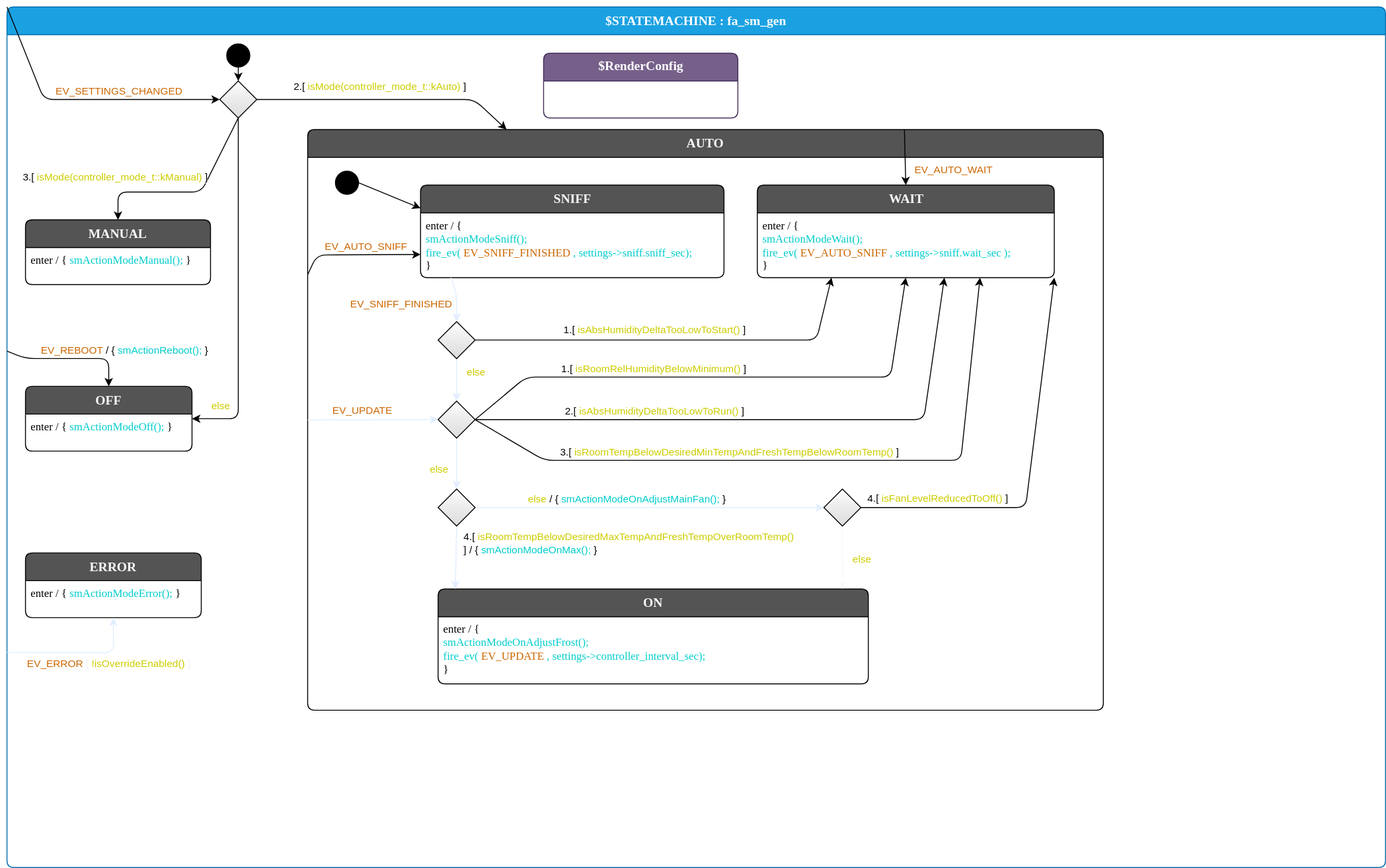
The draw.io diagram lib/fa/src/fa_sm.drawio.svg in snst/frankair, before a commit. Source tidied: cells renumbered, new cells last; positions are measured from the earlier drawing's top-left corner, leaving out a move shared by most shapes.
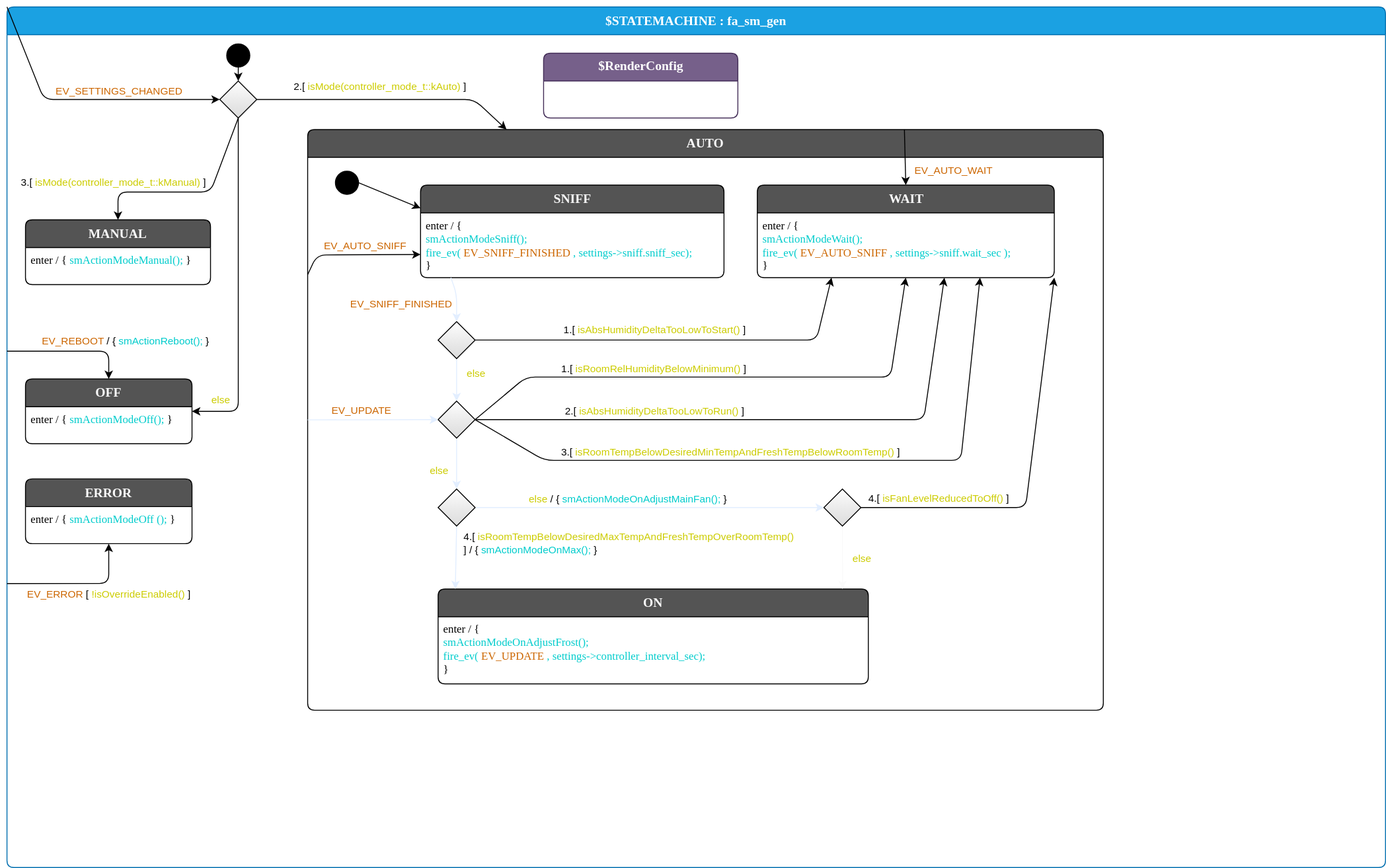
After the commit.

What changed in the source:
```diff
@@ -26,7 +26,7 @@
     <mxCell id="7" style="edgeStyle=none;html=1;entryX=1;entryY=0.5;entryDx=0;entryDy=0;exitX=0.5;exitY=1;exitDx=0;exitDy=0;" parent="2" edge="1" source="63" target="53">
       <mxGeometry relative="1" as="geometry">
         <Array as="points">
-          <mxPoint x="250" y="445" />
+          <mxPoint x="250" y="437" />
         </Array>
       </mxGeometry>
     </mxCell>
@@ -226,16 +226,16 @@
       <mxGeometry x="580" y="50" width="210" height="70" as="geometry" />
     </mxCell>
     <mxCell id="53" value="OFF" style="shape=swimlane;align=center;verticalAlign=top;fontFamily=Lucida Console;startSize=30;fontSize=14;fontStyle=1;fontColor=#FAFAFA;fillColor=#545454;swimlaneFillColor=default;rounded=1;arcSize=15;absoluteArcSize=1;" parent="2" vertex="1">
-      <mxGeometry x="20" y="410" width="180" height="70" as="geometry" />
+      <mxGeometry x="20" y="402" width="180" height="70" as="geometry" />
     </mxCell>
     <mxCell id="54" value="enter / { &lt;font color=&quot;#00cccc&quot;&gt;smActionModeOff();&amp;nbsp;&lt;/font&gt;}" style="fontFamily=Lucida Console;align=left;verticalAlign=top;fillColor=none;gradientColor=none;strokeColor=none;rounded=0;spacingLeft=4;html=1;" parent="53" vertex="1">
       <mxGeometry y="30" width="180" height="30" as="geometry" />
     </mxCell>
     <mxCell id="55" value="ERROR" style="shape=swimlane;align=center;verticalAlign=top;fontFamily=Lucida Console;startSize=30;fontSize=14;fontStyle=1;fontColor=#FAFAFA;fillColor=#545454;swimlaneFillColor=default;rounded=1;arcSize=15;absoluteArcSize=1;" parent="2" vertex="1">
-      <mxGeometry x="20" y="590" width="190" height="70" as="geometry" />
+      <mxGeometry x="20" y="510" width="180" height="70" as="geometry" />
     </mxCell>
-    <mxCell id="56" value="enter / { &lt;font color=&quot;#00cccc&quot;&gt;smActionModeError();&amp;nbsp;&lt;/font&gt;}" style="fontFamily=Lucida Console;align=left;verticalAlign=top;fillColor=none;gradientColor=none;strokeColor=none;rounded=0;spacingLeft=4;html=1;" parent="55" vertex="1">
-      <mxGeometry y="30" width="190" height="30" as="geometry" />
+    <mxCell id="56" value="enter / {&amp;nbsp;&lt;span style=&quot;color: rgb(0, 204, 204);&quot;&gt;smActionModeOff&lt;/span&gt;&lt;font color=&quot;#00cccc&quot;&gt;();&amp;nbsp;&lt;/font&gt;}" style="fontFamily=Lucida Console;align=left;verticalAlign=top;fillColor=none;gradientColor=none;strokeColor=none;rounded=0;spacingLeft=4;html=1;" parent="55" vertex="1">
+      <mxGeometry y="30" width="180" height="30" as="geometry" />
     </mxCell>
     <mxCell id="57" style="edgeStyle=none;html=1;exitX=0;exitY=0;exitDx=0;exitDy=0;entryX=0;entryY=0.5;entryDx=0;entryDy=0;exitPerimeter=0;" parent="2" edge="1" source="2" target="63">
       <mxGeometry relative="1" as="geometry">
@@ -258,14 +258,14 @@
     <mxCell id="61" style="edgeStyle=none;html=1;entryX=0.5;entryY=0;entryDx=0;entryDy=0;exitX=0.5;exitY=1;exitDx=0;exitDy=0;" parent="2" edge="1" source="63" target="59">
       <mxGeometry relative="1" as="geometry">
         <Array as="points">
-          <mxPoint x="210" y="200" />
+          <mxPoint x="220" y="200" />
           <mxPoint x="120" y="200" />
         </Array>
       </mxGeometry>
     </mxCell>
     <mxCell id="62" value="3.[&amp;nbsp;&lt;font color=&quot;#cccc00&quot;&gt;isMode(controller_mode_t::kManual)&lt;/font&gt; ]" style="edgeLabel;html=1;align=center;verticalAlign=middle;" parent="61" vertex="1">
       <mxGeometry x="0.19" y="-2" relative="1" as="geometry">
-        <mxPoint x="-58" y="-15" as="offset" />
+        <mxPoint x="-63" y="-9" as="offset" />
       </mxGeometry>
     </mxCell>
     <mxCell id="63" value="$choice" style="fontFamily=Lucida Console;align=center;verticalAlign=middle;shape=rhombus;labelPosition=center;verticalLabelPosition=top;strokeWidth=1;fillColor=#FFFFFF;gradientColor=#d4d4d4cc;noLabel=1;" parent="2" vertex="1">
@@ -274,27 +274,26 @@
     <mxCell id="64" style="edgeStyle=none;html=1;exitX=0;exitY=0.4;exitDx=0;exitDy=0;exitPerimeter=0;entryX=0.5;entryY=0;entryDx=0;entryDy=0;" parent="2" edge="1" source="2" target="53">
       <mxGeometry relative="1" as="geometry">
         <Array as="points">
-          <mxPoint x="20" y="380" />
-          <mxPoint x="110" y="380" />
+          <mxPoint x="110" y="372" />
         </Array>
       </mxGeometry>
     </mxCell>
     <mxCell id="65" value="&lt;font color=&quot;#cc6600&quot;&gt;EV_REBOOT&lt;/font&gt; / { &lt;font color=&quot;#00cccc&quot;&gt;smActionReboot();&lt;/font&gt; }" style="edgeLabel;html=1;align=center;verticalAlign=middle;" parent="64" vertex="1">
       <mxGeometry x="0.13" relative="1" as="geometry">
-        <mxPoint x="48" y="-10" as="offset" />
+        <mxPoint x="48" y="-12" as="offset" />
       </mxGeometry>
     </mxCell>
-    <mxCell id="66" style="edgeStyle=none;html=1;exitX=0;exitY=0.75;exitDx=0;exitDy=0;exitPerimeter=0;entryX=0.5;entryY=1;entryDx=0;entryDy=0;strokeColor=#E2EEFF;fontColor=#CCCC00;" parent="2" edge="1" source="2" target="55">
-      <mxGeometry relative="1" as="geometry">
-        <Array as="points">
-          <mxPoint x="115" y="698" />
-        </Array>
-      </mxGeometry>
-    </mxCell>
-    <mxCell id="67" value="&lt;font color=&quot;#cc6600&quot;&gt;EV_ERROR&lt;/font&gt;&lt;span style=&quot;color: rgb(240, 240, 240);&quot;&gt;&amp;nbsp;[&amp;nbsp;&lt;/span&gt;&lt;font color=&quot;#cccc00&quot;&gt;!isOverrideEnabled()&amp;nbsp;&lt;/font&gt;&lt;span style=&quot;color: rgb(240, 240, 240);&quot;&gt;]&lt;/span&gt;" style="edgeLabel;html=1;align=center;verticalAlign=middle;fontColor=#CCCC00;" parent="66" vertex="1">
-      <mxGeometry x="0.22" y="1" relative="1" as="geometry">
-        <mxPoint x="17" y="12" as="offset" />
+    <mxCell id="67" style="edgeStyle=none;html=1;exitX=0;exitY=0.67;exitDx=0;exitDy=0;exitPerimeter=0;entryX=0.5;entryY=1;entryDx=0;entryDy=0;" parent="2" edge="1" source="2" target="55">
+      <mxGeometry relative="1" as="geometry">
+        <Array as="points">
+          <mxPoint x="110" y="623" />
+        </Array>
       </mxGeometry>
     </mxCell>
+    <mxCell id="68" value="&lt;font color=&quot;#cc6600&quot;&gt;EV_ERROR&lt;/font&gt;&amp;nbsp;[&amp;nbsp;&lt;font style=&quot;color: rgb(204, 204, 0);&quot; color=&quot;#cccc00&quot;&gt;!isOverrideEnabled()&amp;nbsp;&lt;/font&gt;]" style="edgeLabel;html=1;align=center;verticalAlign=middle;" parent="67" vertex="1">
+      <mxGeometry x="0.12" y="1" relative="1" as="geometry">
+        <mxPoint x="24" y="12" as="offset" />
+      </mxGeometry>
+    </mxCell>
   </root>
 </mxGraphModel>
```
